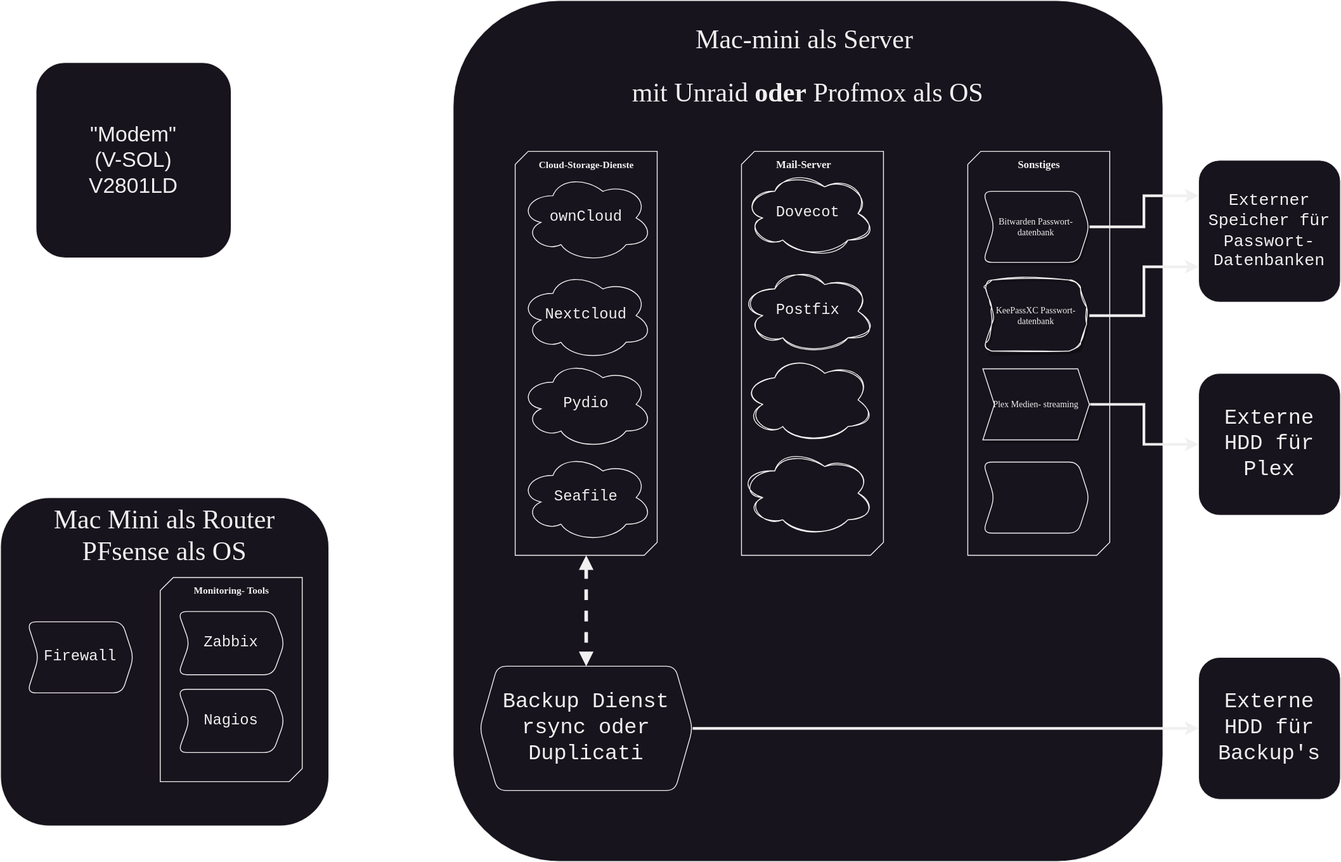
Above: assets/draw/PYT-Server.svg in PYT-Academy/PYT-Academy.github.io (draw.io), before the change. Source tidied: cells renumbered, new cells last; positions are measured from the earlier drawing's top-left corner, leaving out a move shared by most shapes. Its diagram source:
```xml
<mxGraphModel>
  <root>
    <mxCell id="0" />
    <mxCell id="1" parent="0" />
    <mxCell id="2" value="&lt;font style=&quot;font-size: 30px;&quot;&gt;Mac-mini als Server&amp;nbsp;&lt;br&gt;mit Unraid &lt;b&gt;oder&lt;/b&gt; Profmox als OS&lt;br&gt;&lt;/font&gt;" style="rounded=1;whiteSpace=wrap;html=1;strokeColor=default;fontFamily=Lucida Console;fontSize=50;fontColor=default;fillColor=default;align=center;labelPosition=center;verticalLabelPosition=middle;verticalAlign=top;horizontal=1;" parent="1" vertex="1">
      <mxGeometry x="510" width="800" height="970" as="geometry" />
    </mxCell>
    <mxCell id="3" value="&quot;Modem&quot;&lt;br style=&quot;font-size: 24px;&quot;&gt;(V-SOL)&lt;br style=&quot;font-size: 24px;&quot;&gt;V2801LD" style="rounded=1;whiteSpace=wrap;html=1;fontSize=24;" parent="1" vertex="1">
      <mxGeometry x="40" y="70" width="220" height="220" as="geometry" />
    </mxCell>
    <mxCell id="4" value="Mac Mini als Router&lt;br style=&quot;font-size: 30px;&quot;&gt;PFsense als OS" style="rounded=1;whiteSpace=wrap;html=1;fontSize=30;fontFamily=Lucida Console;horizontal=1;verticalAlign=top;" parent="1" vertex="1">
      <mxGeometry y="560" width="370" height="370" as="geometry" />
    </mxCell>
    <mxCell id="5" style="edgeStyle=orthogonalEdgeStyle;rounded=0;jettySize=auto;html=1;fontFamily=Lucida Console;fontSize=10;fontColor=default;startArrow=block;startFill=1;endArrow=block;endFill=1;dashed=1;strokeWidth=4;" parent="1" edge="1" source="6" target="27">
      <mxGeometry relative="1" as="geometry" />
    </mxCell>
    <mxCell id="6" style="verticalLabelPosition=bottom;verticalAlign=top;html=1;shape=mxgraph.basic.diag_snip_rect;dx=7.34;whiteSpace=wrap;rounded=1;strokeColor=default;fontFamily=Verdana;fontSize=10;fontColor=default;fillColor=default;labelBackgroundColor=none;" parent="1" vertex="1">
      <mxGeometry x="580" y="170" width="160" height="455" as="geometry" />
    </mxCell>
    <mxCell id="7" value="Cloud-Storage-Dienste" style="text;html=1;align=center;verticalAlign=middle;strokeColor=none;fillColor=none;fontSize=11;fontFamily=Lucida Console;fontColor=default;fontStyle=1;" parent="1" vertex="1">
      <mxGeometry x="575" y="170" width="170" height="30" as="geometry" />
    </mxCell>
    <mxCell id="8" style="verticalLabelPosition=bottom;verticalAlign=top;html=1;shape=mxgraph.basic.diag_snip_rect;dx=7.34;whiteSpace=wrap;rounded=1;strokeColor=default;fontFamily=Verdana;fontSize=10;fontColor=default;fillColor=default;labelBackgroundColor=none;" parent="1" vertex="1">
      <mxGeometry x="835" y="170" width="160" height="455" as="geometry" />
    </mxCell>
    <mxCell id="9" value="Mail-Server" style="text;html=1;align=center;verticalAlign=middle;strokeColor=none;fillColor=none;fontSize=12;fontFamily=Lucida Console;fontColor=default;fontStyle=1;" parent="1" vertex="1">
      <mxGeometry x="850" y="170" width="110" height="30" as="geometry" />
    </mxCell>
    <mxCell id="10" style="verticalLabelPosition=bottom;verticalAlign=top;html=1;shape=mxgraph.basic.diag_snip_rect;dx=7.34;whiteSpace=wrap;rounded=1;strokeColor=default;fontFamily=Verdana;fontSize=10;fontColor=default;fillColor=default;labelBackgroundColor=none;" parent="1" vertex="1">
      <mxGeometry x="1090" y="170" width="160" height="455" as="geometry" />
    </mxCell>
    <mxCell id="11" style="edgeStyle=orthogonalEdgeStyle;rounded=0;jettySize=auto;html=1;exitX=1;exitY=0.5;exitDx=0;exitDy=0;entryX=0;entryY=0.25;entryDx=0;entryDy=0;fontFamily=Lucida Console;fontSize=10;fontColor=default;endArrow=classic;endFill=1;startArrow=none;strokeWidth=3;startFill=0;" parent="1" edge="1" source="12" target="31">
      <mxGeometry relative="1" as="geometry" />
    </mxCell>
    <mxCell id="12" value="Bitwarden Passwort-datenbank" style="shape=step;perimeter=stepPerimeter;whiteSpace=wrap;html=1;fixedSize=1;rounded=1;strokeColor=default;fontFamily=Lucida Console;fontSize=10;fontColor=default;fillColor=default;size=13;shadow=1;labelBackgroundColor=none;labelBorderColor=none;" parent="1" vertex="1">
      <mxGeometry x="1107" y="215" width="120" height="80" as="geometry" />
    </mxCell>
    <mxCell id="13" value="Sonstiges" style="text;html=1;align=center;verticalAlign=middle;strokeColor=none;fillColor=none;fontSize=12;fontFamily=Lucida Console;fontColor=default;fontStyle=1;" parent="1" vertex="1">
      <mxGeometry x="1125" y="170" width="90" height="30" as="geometry" />
    </mxCell>
    <mxCell id="14" value="KeePassXC Passwort- datenbank" style="shape=step;perimeter=stepPerimeter;whiteSpace=wrap;html=1;fixedSize=1;rounded=1;strokeColor=default;fontFamily=Lucida Console;fontSize=10;fontColor=default;fillColor=default;size=13;sketch=1;curveFitting=1;jiggle=2;shadow=1;" parent="1" vertex="1">
      <mxGeometry x="1107" y="315" width="120" height="80" as="geometry" />
    </mxCell>
    <mxCell id="15" style="edgeStyle=orthogonalEdgeStyle;rounded=0;jettySize=auto;html=1;fontFamily=Lucida Console;fontSize=10;fontColor=default;endArrow=classic;endFill=1;startArrow=none;strokeWidth=3;startFill=0;" parent="1" edge="1" source="16" target="29">
      <mxGeometry relative="1" as="geometry" />
    </mxCell>
    <mxCell id="16" value="Plex Medien- streaming" style="shape=step;perimeter=stepPerimeter;whiteSpace=wrap;html=1;fixedSize=1;rounded=0;strokeColor=default;fontFamily=Lucida Console;fontSize=10;fontColor=default;fillColor=default;size=13;shadow=1;" parent="1" vertex="1">
      <mxGeometry x="1107" y="415" width="120" height="80" as="geometry" />
    </mxCell>
    <mxCell id="17" style="shape=step;perimeter=stepPerimeter;whiteSpace=wrap;html=1;fixedSize=1;rounded=1;strokeColor=default;fontFamily=Lucida Console;fontSize=10;fontColor=default;fillColor=default;size=13;shadow=0;" parent="1" vertex="1">
      <mxGeometry x="1107" y="520" width="120" height="80" as="geometry" />
    </mxCell>
    <mxCell id="18" value="ownCloud" style="ellipse;shape=cloud;whiteSpace=wrap;html=1;rounded=1;strokeColor=default;fontFamily=Courier New;fontSize=17;fontColor=default;fillColor=default;" parent="1" vertex="1">
      <mxGeometry x="585" y="195" width="150" height="100" as="geometry" />
    </mxCell>
    <mxCell id="19" value="Nextcloud" style="ellipse;shape=cloud;whiteSpace=wrap;html=1;rounded=1;strokeColor=default;fontFamily=Courier New;fontSize=17;fontColor=default;fillColor=default;" parent="1" vertex="1">
      <mxGeometry x="585" y="305" width="150" height="100" as="geometry" />
    </mxCell>
    <mxCell id="20" value="Pydio" style="ellipse;shape=cloud;whiteSpace=wrap;html=1;rounded=1;strokeColor=default;fontFamily=Courier New;fontSize=17;fontColor=default;fillColor=default;" parent="1" vertex="1">
      <mxGeometry x="585" y="405" width="150" height="100" as="geometry" />
    </mxCell>
    <mxCell id="21" value="Seafile " style="ellipse;shape=cloud;whiteSpace=wrap;html=1;rounded=1;strokeColor=default;fontFamily=Courier New;fontSize=17;fontColor=default;fillColor=default;" parent="1" vertex="1">
      <mxGeometry x="585" y="510" width="150" height="100" as="geometry" />
    </mxCell>
    <mxCell id="22" value="Dovecot " style="ellipse;shape=cloud;whiteSpace=wrap;html=1;rounded=1;strokeColor=default;fontFamily=Courier New;fontSize=17;fontColor=default;fillColor=default;sketch=1;curveFitting=1;jiggle=2;" parent="1" vertex="1">
      <mxGeometry x="835" y="190" width="150" height="100" as="geometry" />
    </mxCell>
    <mxCell id="23" value="Postfix " style="ellipse;shape=cloud;whiteSpace=wrap;html=1;rounded=1;strokeColor=default;fontFamily=Courier New;fontSize=17;fontColor=default;fillColor=default;sketch=1;curveFitting=1;jiggle=2;" parent="1" vertex="1">
      <mxGeometry x="835" y="300" width="150" height="100" as="geometry" />
    </mxCell>
    <mxCell id="24" style="ellipse;shape=cloud;whiteSpace=wrap;html=1;rounded=1;strokeColor=default;fontFamily=Courier New;fontSize=17;fontColor=default;fillColor=default;sketch=1;curveFitting=1;jiggle=2;" parent="1" vertex="1">
      <mxGeometry x="835" y="400" width="150" height="100" as="geometry" />
    </mxCell>
    <mxCell id="25" style="ellipse;shape=cloud;whiteSpace=wrap;html=1;rounded=1;strokeColor=default;fontFamily=Courier New;fontSize=17;fontColor=default;fillColor=default;sketch=1;curveFitting=1;jiggle=2;" parent="1" vertex="1">
      <mxGeometry x="835" y="505" width="150" height="100" as="geometry" />
    </mxCell>
    <mxCell id="26" style="edgeStyle=orthogonalEdgeStyle;rounded=0;jettySize=auto;html=1;fontFamily=Lucida Console;fontSize=10;fontColor=default;endFill=1;startArrow=none;strokeWidth=3;startFill=0;" parent="1" edge="1" source="27" target="28">
      <mxGeometry relative="1" as="geometry" />
    </mxCell>
    <mxCell id="27" value="Backup Dienst&lt;br style=&quot;font-size: 24px;&quot;&gt;rsync oder Duplicati" style="shape=hexagon;perimeter=hexagonPerimeter2;whiteSpace=wrap;html=1;fixedSize=1;fontSize=24;fontFamily=Courier New;verticalAlign=middle;rounded=1;labelBackgroundColor=none;" parent="1" vertex="1">
      <mxGeometry x="540" y="750" width="240" height="140" as="geometry" />
    </mxCell>
    <mxCell id="28" value="Externe HDD für Backup's" style="whiteSpace=wrap;html=1;fontSize=24;fontFamily=Courier New;rounded=1;labelBackgroundColor=none;" parent="1" vertex="1">
      <mxGeometry x="1350" y="740" width="160" height="160" as="geometry" />
    </mxCell>
    <mxCell id="29" value="Externe HDD für Plex" style="whiteSpace=wrap;html=1;fontSize=24;fontFamily=Courier New;rounded=1;labelBackgroundColor=none;" parent="1" vertex="1">
      <mxGeometry x="1350" y="420" width="160" height="160" as="geometry" />
    </mxCell>
    <mxCell id="30" style="edgeStyle=orthogonalEdgeStyle;rounded=0;jettySize=auto;html=1;fontFamily=Lucida Console;fontSize=10;fontColor=default;entryX=1;entryY=0.5;entryDx=0;entryDy=0;endArrow=none;endFill=0;startArrow=classic;strokeWidth=3;exitX=0;exitY=0.75;exitDx=0;exitDy=0;startFill=1;" parent="1" edge="1" source="31" target="14">
      <mxGeometry relative="1" as="geometry" />
    </mxCell>
    <mxCell id="31" value="Externer Speicher für Passwort- Datenbanken" style="whiteSpace=wrap;html=1;fontSize=19;fontFamily=Courier New;rounded=1;labelBackgroundColor=none;" parent="1" vertex="1">
      <mxGeometry x="1350" y="180" width="160" height="160" as="geometry" />
    </mxCell>
    <mxCell id="32" value="Firewall" style="shape=step;perimeter=stepPerimeter;whiteSpace=wrap;html=1;fixedSize=1;rounded=1;strokeColor=default;fontFamily=Courier New;fontSize=17;fontColor=default;fillColor=default;size=13;shadow=0;gradientColor=none;" parent="1" vertex="1">
      <mxGeometry x="30" y="700" width="120" height="80" as="geometry" />
    </mxCell>
    <mxCell id="33" style="group;" parent="1" vertex="1">
      <mxGeometry x="180" y="650" width="160" height="230" as="geometry" />
    </mxCell>
    <mxCell id="34" style="verticalLabelPosition=bottom;verticalAlign=top;html=1;shape=mxgraph.basic.diag_snip_rect;dx=7.34;whiteSpace=wrap;rounded=1;strokeColor=default;fontFamily=Verdana;fontSize=10;fontColor=default;fillColor=default;labelBackgroundColor=none;" parent="33" vertex="1">
      <mxGeometry width="160" height="230" as="geometry" />
    </mxCell>
    <mxCell id="35" value="Zabbix" style="shape=step;perimeter=stepPerimeter;whiteSpace=wrap;html=1;fixedSize=1;rounded=1;strokeColor=default;fontFamily=Courier New;fontSize=17;fontColor=default;fillColor=default;size=13;shadow=0;gradientColor=none;" parent="33" vertex="1">
      <mxGeometry x="20" y="38.3" width="120" height="71.2" as="geometry" />
    </mxCell>
    <mxCell id="36" value="Monitoring- Tools" style="text;html=1;align=center;verticalAlign=middle;strokeColor=none;fillColor=none;fontSize=11;fontFamily=Lucida Console;fontColor=default;fontStyle=1;" parent="33" vertex="1">
      <mxGeometry x="10" width="140" height="30" as="geometry" />
    </mxCell>
    <mxCell id="37" value="Nagios " style="shape=step;perimeter=stepPerimeter;whiteSpace=wrap;html=1;fixedSize=1;rounded=1;strokeColor=default;fontFamily=Courier New;fontSize=17;fontColor=default;fillColor=default;size=13;shadow=0;gradientColor=none;" parent="33" vertex="1">
      <mxGeometry x="20" y="126" width="120" height="71.2" as="geometry" />
    </mxCell>
    <mxCell id="38" style="edgeStyle=orthogonalEdgeStyle;rounded=0;orthogonalLoop=1;jettySize=auto;html=1;exitX=0.5;exitY=1;exitDx=0;exitDy=0;exitPerimeter=0;fontFamily=Lucida Console;fontSize=10;fontColor=default;" parent="33" edge="1" source="34" target="34">
      <mxGeometry relative="1" as="geometry" />
    </mxCell>
  </root>
</mxGraphModel>
```
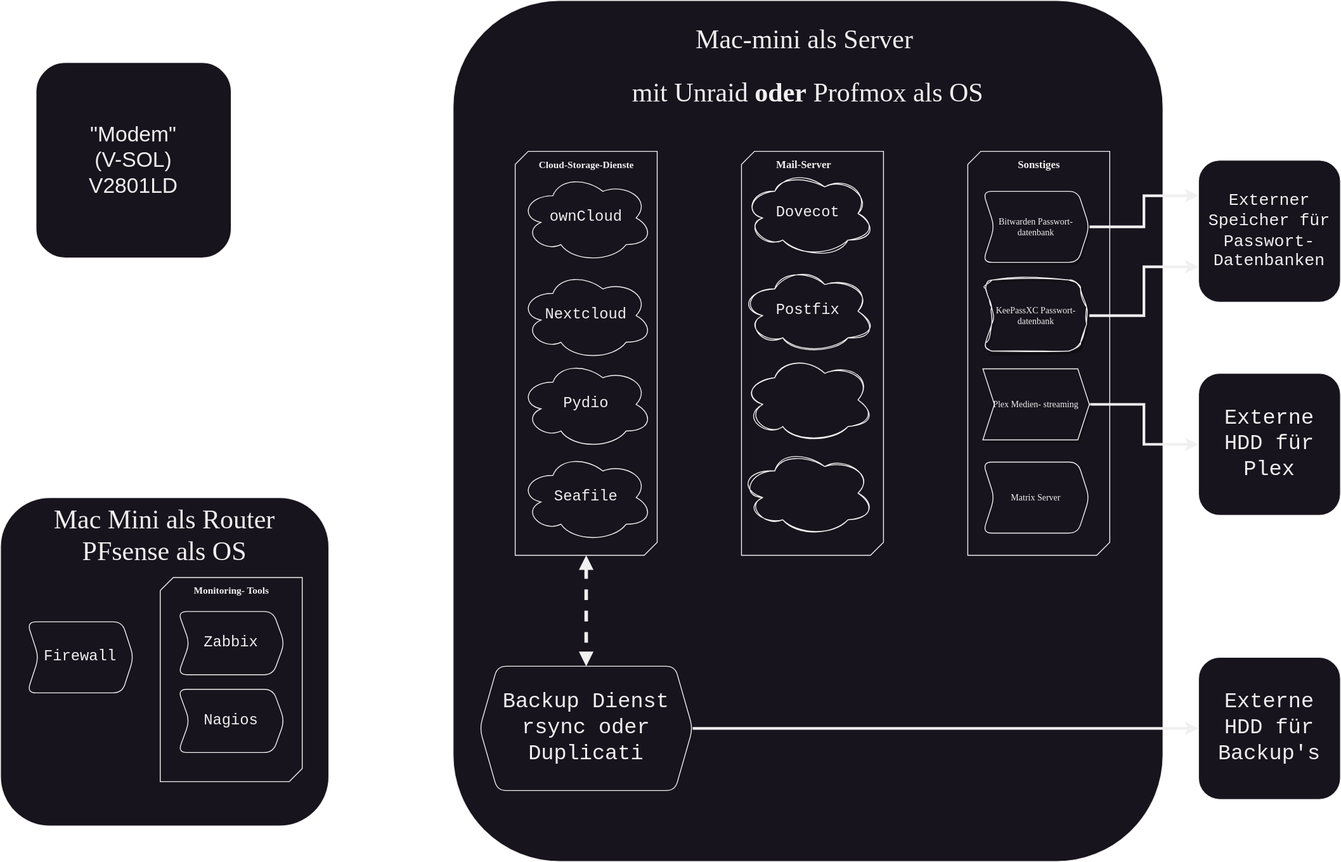
Later version of the same file.

The edit, as a diff of the source:
```diff
@@ -47,7 +47,7 @@
     <mxCell id="16" value="Plex Medien- streaming" style="shape=step;perimeter=stepPerimeter;whiteSpace=wrap;html=1;fixedSize=1;rounded=0;strokeColor=default;fontFamily=Lucida Console;fontSize=10;fontColor=default;fillColor=default;size=13;shadow=1;" parent="1" vertex="1">
       <mxGeometry x="1107" y="415" width="120" height="80" as="geometry" />
     </mxCell>
-    <mxCell id="17" style="shape=step;perimeter=stepPerimeter;whiteSpace=wrap;html=1;fixedSize=1;rounded=1;strokeColor=default;fontFamily=Lucida Console;fontSize=10;fontColor=default;fillColor=default;size=13;shadow=0;" parent="1" vertex="1">
+    <mxCell id="17" value="Matrix Server" style="shape=step;perimeter=stepPerimeter;whiteSpace=wrap;html=1;fixedSize=1;rounded=1;strokeColor=default;fontFamily=Lucida Console;fontSize=10;fontColor=default;fillColor=default;size=13;shadow=0;" parent="1" vertex="1">
       <mxGeometry x="1107" y="520" width="120" height="80" as="geometry" />
     </mxCell>
     <mxCell id="18" value="ownCloud" style="ellipse;shape=cloud;whiteSpace=wrap;html=1;rounded=1;strokeColor=default;fontFamily=Courier New;fontSize=17;fontColor=default;fillColor=default;" parent="1" vertex="1">
```
